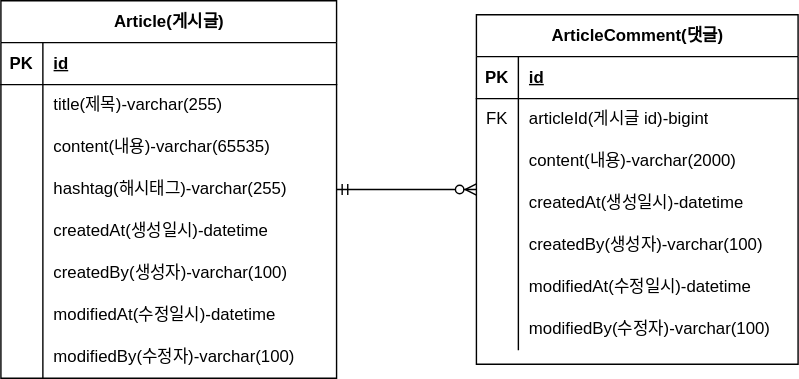
This is document/project-board-erd.drawio.svg from Kim-Hyeong-June/fastcampus-project-board, a draw.io export, as it was before one commit. Source tidied: cells renumbered, new cells last; positions are measured from the earlier drawing's top-left corner, leaving out a move shared by most shapes.
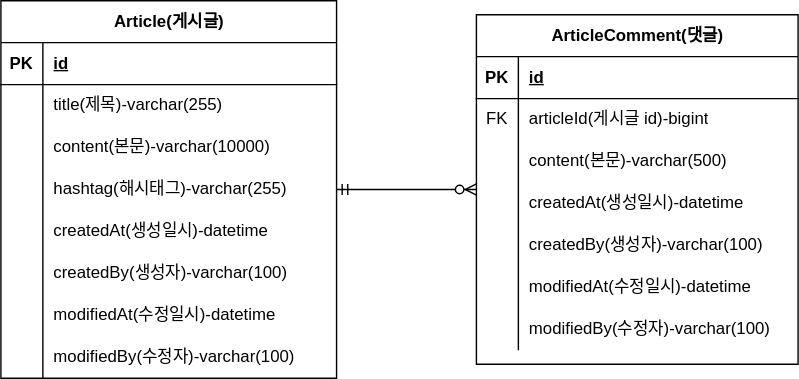
After the commit.

Commit message:
#9 erd 업데이트: content 사이즈 변경

Change to the diagram source:
```diff
@@ -29,7 +29,7 @@
     <mxCell id="10" style="shape=partialRectangle;fillColor=none;top=0;left=0;bottom=0;right=0;overflow=hidden;whiteSpace=wrap;html=1;" parent="9" vertex="1">
       <mxGeometry width="30" height="30" as="geometry" />
     </mxCell>
-    <mxCell id="11" value="content(내용)-varchar(65535)" style="shape=partialRectangle;fillColor=none;top=0;left=0;bottom=0;right=0;align=left;spacingLeft=6;overflow=hidden;whiteSpace=wrap;html=1;" parent="9" vertex="1">
+    <mxCell id="11" value="content(본문)-varchar(10000)" style="shape=partialRectangle;fillColor=none;top=0;left=0;bottom=0;right=0;align=left;spacingLeft=6;overflow=hidden;whiteSpace=wrap;html=1;" parent="9" vertex="1">
       <mxGeometry x="30" width="210" height="30" as="geometry" />
     </mxCell>
     <mxCell id="12" style="shape=tableRow;horizontal=0;startSize=0;swimlaneHead=0;swimlaneBody=0;fillColor=none;points=[[0,0.5],[1,0.5]];portConstraint=eastwest;top=0;left=0;right=0;bottom=0;" parent="2" vertex="1">
@@ -104,7 +104,7 @@
     <mxCell id="35" style="shape=partialRectangle;fillColor=none;top=0;left=0;bottom=0;right=0;overflow=hidden;whiteSpace=wrap;html=1;" parent="34" vertex="1">
       <mxGeometry width="30" height="30" as="geometry" />
     </mxCell>
-    <mxCell id="36" value="content(내용)-varchar(2000)" style="shape=partialRectangle;fillColor=none;top=0;left=0;bottom=0;right=0;align=left;spacingLeft=6;overflow=hidden;whiteSpace=wrap;html=1;" parent="34" vertex="1">
+    <mxCell id="36" value="content(본문)-varchar(500)" style="shape=partialRectangle;fillColor=none;top=0;left=0;bottom=0;right=0;align=left;spacingLeft=6;overflow=hidden;whiteSpace=wrap;html=1;" parent="34" vertex="1">
       <mxGeometry x="30" width="200" height="30" as="geometry" />
     </mxCell>
     <mxCell id="37" style="shape=tableRow;horizontal=0;startSize=0;swimlaneHead=0;swimlaneBody=0;fillColor=none;top=0;left=0;right=0;bottom=0;" parent="27" vertex="1">
```
